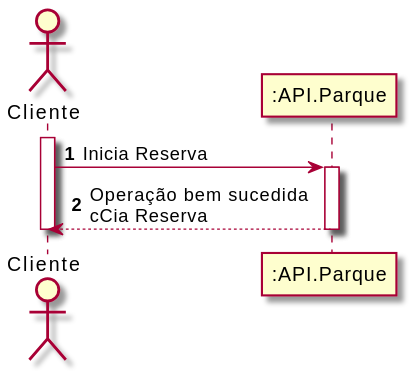
The PlantUML diagram Documentos/Sprint2/UC2/UC2-SSD.svg in UPskillDOTNET/Jakim-das-Coives-S.A., before a commit.
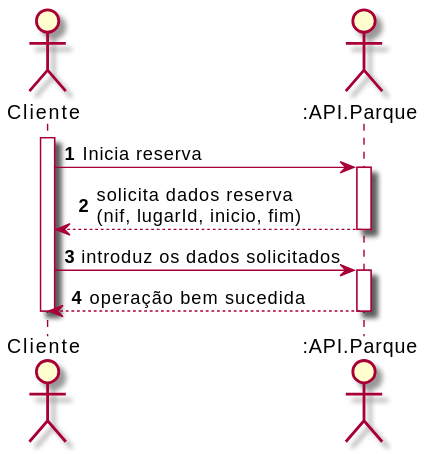
After the change.

Change to the diagram source:
```diff
@@ -1,12 +1,19 @@
 @startuml
 autonumber
-actor "Cliente" as CL
+actor "Cliente" as UserNR
+actor ":API.Parque" as API
 
-activate CL
-CL -> ":API.Parque" : Inicia Reserva
-activate ":API.Parque"
-":API.Parque" --> CL: Operação bem sucedida\ncCia Reserva
-deactivate ":API.Parque"
+activate UserNR
+UserNR -> "API" : Inicia reserva
+activate "API"
+"API" --> UserNR : solicita dados reserva \n(nif, lugarId, inicio, fim)
+deactivate "API"
 
-deactivate CL
+UserNR -> "API" : introduz os dados solicitados
+activate "API"
+
+"API" --> UserNR : operação bem sucedida
+deactivate "API"
+
+deactivate UserNR
 @enduml
```
